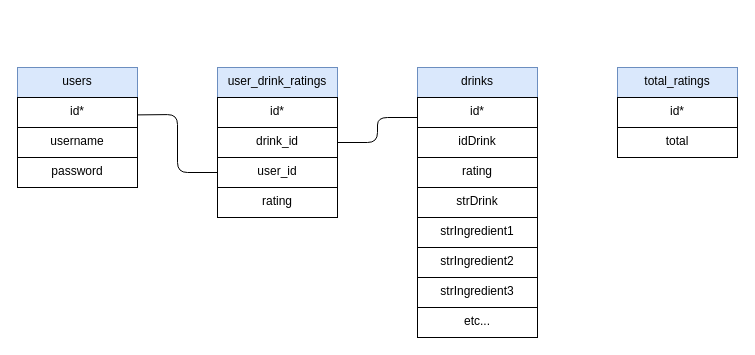
The draw.io diagram backend.drawio in setlock10/phase4-cocktail-faceoff, before the edit. Source tidied: cells renumbered, new cells numbered last; positions are measured from the earlier drawing's top-left corner, leaving out a move shared by most shapes. Both pictures are drawn from the tidied source at 100%, with x=0, y=0 at pixel (17, 67).
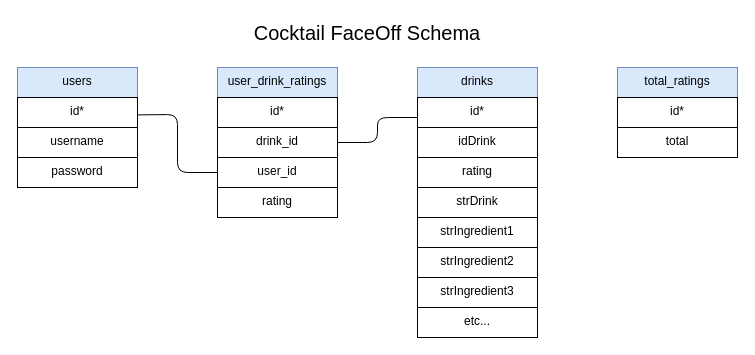
Above is the later version.

Diff of the diagram source:
```diff
@@
+    <mxCell id="25" value="Cocktail FaceOff Schema" style="text;html=1;strokeColor=none;fillColor=none;align=center;verticalAlign=middle;whiteSpace=wrap;rounded=0;fontSize=20;" parent="1" vertex="1">
+      <mxGeometry x="160" y="-50" width="380" height="30" as="geometry" />
+    </mxCell>
```
